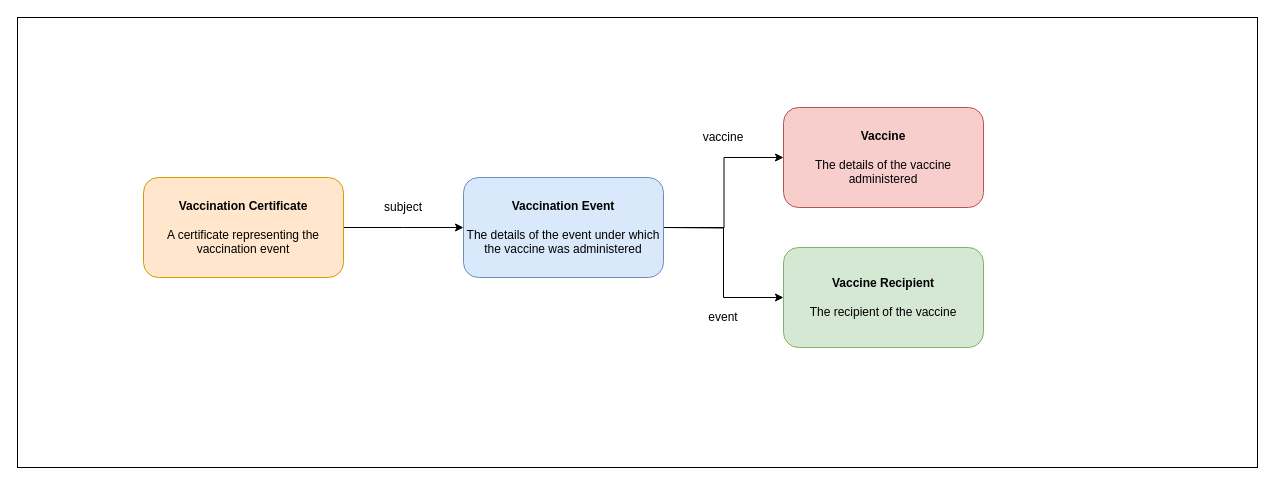
This is assets/information-model.drawio from w3c-ccg/vaccination-vocab, a draw.io file, before an edit. Source tidied: cells renumbered, new cells numbered last; positions are measured from the earlier drawing's top-left corner, leaving out a move shared by most shapes. Both pictures are drawn from the tidied source at 100%, with x=0, y=0 at pixel (17, 17).
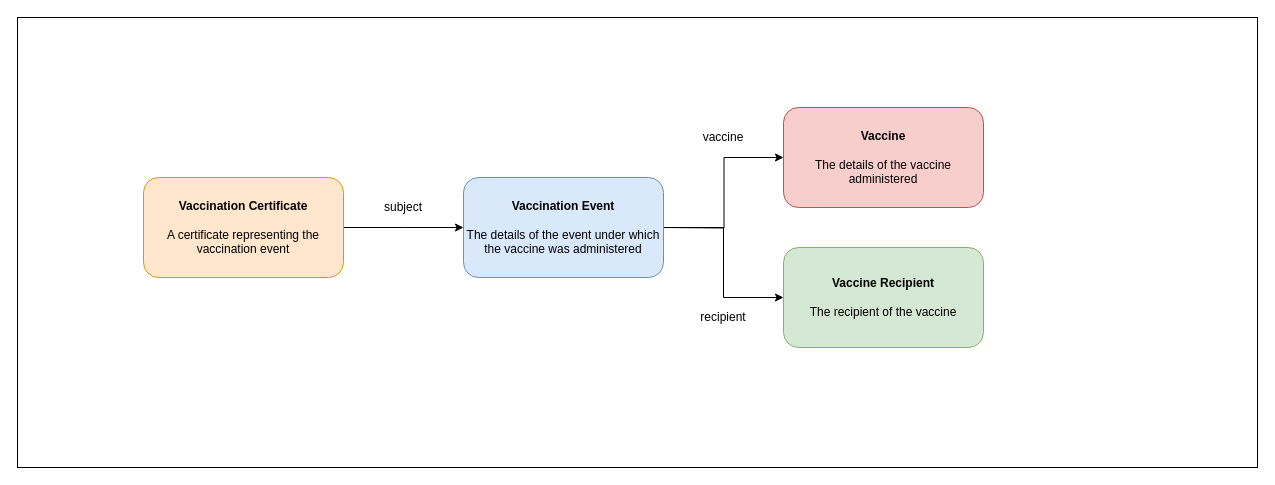
After the change.

Commit message (it also covers changes not shown here):
fix: issue with information model diagram (#5)

Diff of the diagram source:
```diff
@@
 <mxGraphModel>
   <root>
     <mxCell id="0" />
     <mxCell id="1" parent="0" />
     <mxCell id="2" style="rounded=0;whiteSpace=wrap;html=1;" parent="1" vertex="1">
       <mxGeometry width="1240" height="450" as="geometry" />
     </mxCell>
     <mxCell id="3" style="edgeStyle=orthogonalEdgeStyle;rounded=0;jettySize=auto;html=1;exitX=1;exitY=0.5;exitDx=0;exitDy=0;entryX=0;entryY=0.5;entryDx=0;entryDy=0;" parent="1" edge="1" target="4">
       <mxGeometry relative="1" as="geometry">
         <mxPoint x="646" y="210" as="sourcePoint" />
       </mxGeometry>
     </mxCell>
     <mxCell id="4" value="&lt;font&gt;&lt;b&gt;Vaccine&lt;/b&gt;&lt;br&gt;&lt;br&gt;The details of the vaccine administered&lt;br&gt;&lt;/font&gt;" style="rounded=1;whiteSpace=wrap;html=1;fillColor=#f8cecc;strokeColor=#b85450;" parent="1" vertex="1">
       <mxGeometry x="766" y="90" width="200" height="100" as="geometry" />
     </mxCell>
     <mxCell id="5" value="vaccine" style="text;html=1;strokeColor=none;fillColor=none;align=center;verticalAlign=middle;whiteSpace=wrap;rounded=0;" parent="1" vertex="1">
       <mxGeometry x="686" y="110" width="40" height="20" as="geometry" />
     </mxCell>
-    <mxCell id="6" value="event" style="text;html=1;strokeColor=none;fillColor=none;align=center;verticalAlign=middle;whiteSpace=wrap;rounded=0;" parent="1" vertex="1">
+    <mxCell id="6" value="recipient" style="text;html=1;strokeColor=none;fillColor=none;align=center;verticalAlign=middle;whiteSpace=wrap;rounded=0;" parent="1" vertex="1">
       <mxGeometry x="686" y="290" width="40" height="20" as="geometry" />
     </mxCell>
     <mxCell id="7" style="edgeStyle=orthogonalEdgeStyle;rounded=0;jettySize=auto;html=1;exitX=1;exitY=0.5;exitDx=0;exitDy=0;entryX=0;entryY=0.5;entryDx=0;entryDy=0;" parent="1" edge="1" source="8">
       <mxGeometry relative="1" as="geometry">
         <mxPoint x="446" y="210" as="targetPoint" />
       </mxGeometry>
     </mxCell>
     <mxCell id="8" value="&lt;font&gt;&lt;b&gt;Vaccination Certificate&lt;/b&gt;&lt;br&gt;&lt;br&gt;A certificate representing the vaccination event&lt;br&gt;&lt;/font&gt;" style="rounded=1;whiteSpace=wrap;html=1;fillColor=#ffe6cc;strokeColor=#d79b00;" parent="1" vertex="1">
       <mxGeometry x="126" y="160" width="200" height="100" as="geometry" />
     </mxCell>
     <mxCell id="9" value="subject" style="text;html=1;strokeColor=none;fillColor=none;align=center;verticalAlign=middle;whiteSpace=wrap;rounded=0;" parent="1" vertex="1">
       <mxGeometry x="366" y="180" width="40" height="20" as="geometry" />
     </mxCell>
     <mxCell id="10" value="&lt;font&gt;&lt;b&gt;Vaccine Recipient&lt;/b&gt;&lt;br&gt;&lt;br&gt;The recipient of the vaccine&lt;br&gt;&lt;/font&gt;" style="rounded=1;whiteSpace=wrap;html=1;fillColor=#d5e8d4;strokeColor=#82b366;" parent="1" vertex="1">
       <mxGeometry x="766" y="230" width="200" height="100" as="geometry" />
     </mxCell>
     <mxCell id="11" style="edgeStyle=orthogonalEdgeStyle;rounded=0;jettySize=auto;html=1;exitX=1;exitY=0.5;exitDx=0;exitDy=0;entryX=0;entryY=0.5;entryDx=0;entryDy=0;" parent="1" edge="1" source="12" target="10">
       <mxGeometry relative="1" as="geometry" />
     </mxCell>
     <mxCell id="12" value="&lt;font&gt;&lt;b&gt;Vaccination Event&lt;/b&gt;&lt;br&gt;&lt;br&gt;The details of the event under which the vaccine was administered&lt;br&gt;&lt;/font&gt;" style="rounded=1;whiteSpace=wrap;html=1;fillColor=#dae8fc;strokeColor=#6c8ebf;" parent="1" vertex="1">
       <mxGeometry x="446" y="160" width="200" height="100" as="geometry" />
     </mxCell>
   </root>
 </mxGraphModel>
```
